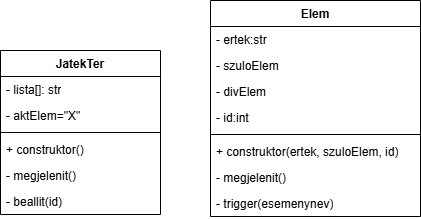
Before: uml.png, a diagram exported from draw.io (MidnightCrow00/ticTacToeOOP). Source tidied: cells renumbered, new cells last; positions are measured from the earlier drawing's top-left corner, leaving out a move shared by most shapes.
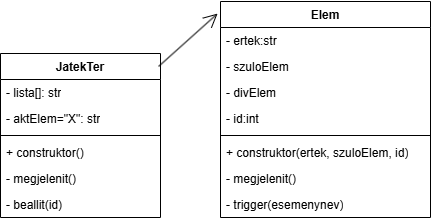
The same file after the commit.

What changed in the source:
```diff
@@ -3,12 +3,12 @@
     <mxCell id="0" />
     <mxCell id="1" parent="0" />
     <mxCell id="2" value="JatekTer" style="swimlane;fontStyle=1;align=center;verticalAlign=top;horizontal=1;startSize=26;whiteSpace=wrap;html=1;" parent="1" vertex="1">
-      <mxGeometry y="50" width="160" height="164" as="geometry" />
+      <mxGeometry x="-10" y="52" width="160" height="164" as="geometry" />
     </mxCell>
     <mxCell id="3" value="- lista[]: str" style="text;strokeColor=none;fillColor=none;align=left;verticalAlign=top;spacingLeft=4;spacingRight=4;overflow=hidden;whiteSpace=wrap;html=1;" parent="2" vertex="1">
       <mxGeometry y="26" width="160" height="26" as="geometry" />
     </mxCell>
-    <mxCell id="4" value="- aktElem=&quot;X&quot;" style="text;strokeColor=none;fillColor=none;align=left;verticalAlign=top;spacingLeft=4;spacingRight=4;overflow=hidden;whiteSpace=wrap;html=1;" parent="2" vertex="1">
+    <mxCell id="4" value="- aktElem=&quot;X&quot;: str" style="text;strokeColor=none;fillColor=none;align=left;verticalAlign=top;spacingLeft=4;spacingRight=4;overflow=hidden;whiteSpace=wrap;html=1;" parent="2" vertex="1">
       <mxGeometry y="52" width="160" height="26" as="geometry" />
     </mxCell>
     <mxCell id="5" style="line;strokeWidth=1;fillColor=none;align=left;verticalAlign=middle;spacingTop=-1;spacingLeft=3;spacingRight=3;labelPosition=right;strokeColor=inherit;" parent="2" vertex="1">
@@ -50,5 +50,8 @@
     <mxCell id="17" value="- trigger(esemenynev)" style="text;strokeColor=none;fillColor=none;align=left;verticalAlign=top;spacingLeft=4;spacingRight=4;overflow=hidden;whiteSpace=wrap;html=1;" parent="9" vertex="1">
       <mxGeometry y="190" width="210" height="26" as="geometry" />
     </mxCell>
+    <mxCell id="18" style="endArrow=open;endFill=1;endSize=12;html=1;rounded=0;entryX=-0.014;entryY=0.056;entryDx=0;entryDy=0;entryPerimeter=0;exitX=0.988;exitY=0.079;exitDx=0;exitDy=0;exitPerimeter=0;" parent="1" edge="1" source="2" target="9">
+      <mxGeometry relative="1" as="geometry" />
+    </mxCell>
   </root>
 </mxGraphModel>
```
